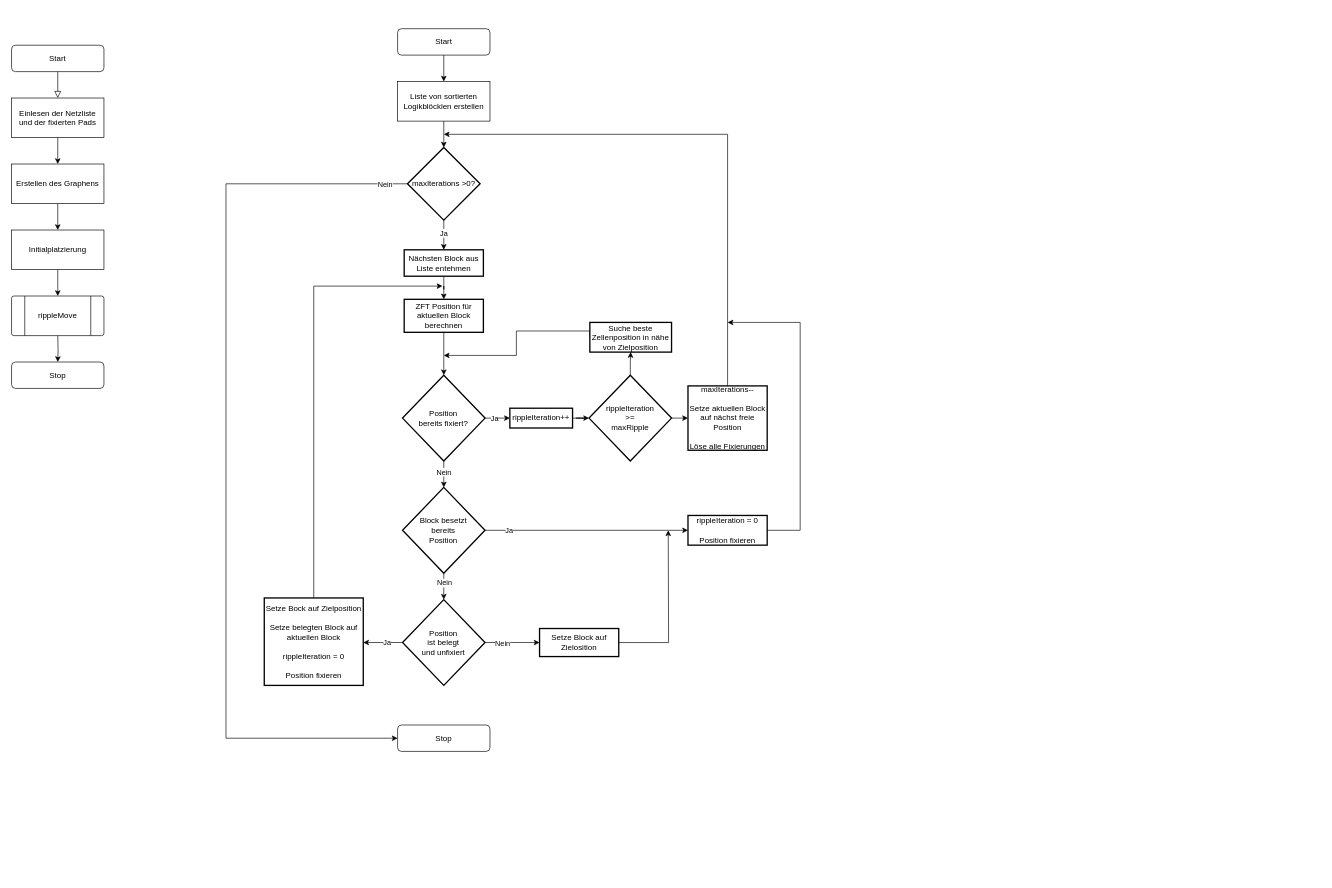
Above: doc/img/flowchart.drawio in Giom-fm/Zero-Force-Target (draw.io), before the change. Source tidied: cells renumbered, new cells numbered last; positions are measured from the earlier drawing's top-left corner, leaving out a move shared by most shapes. Both pictures are drawn from the tidied source at 66%, with x=0, y=0 at pixel (11, 28).
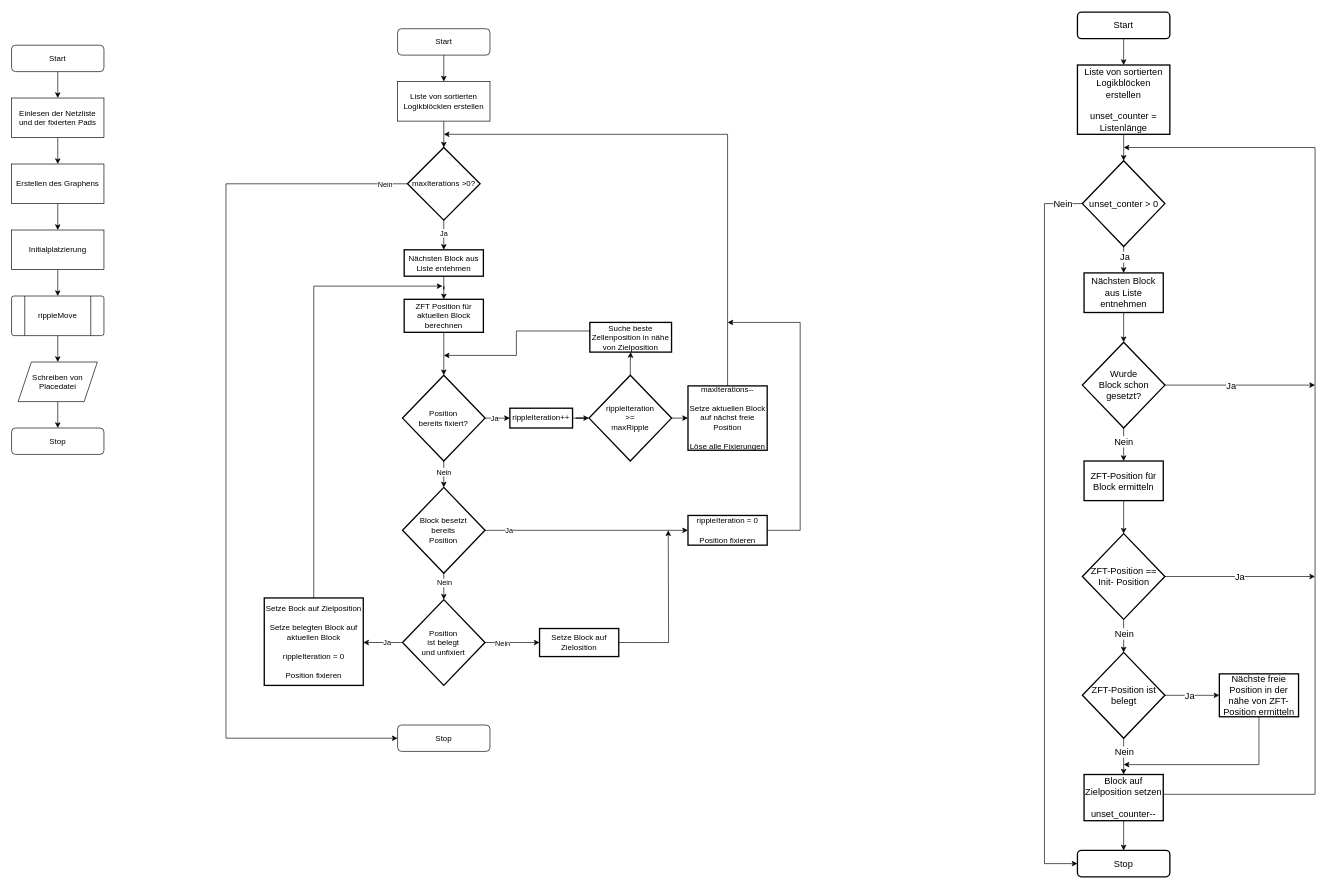
The same page after the edit.

The change refers to these unchanged cells:
```xml
<mxCell id="3" value="Start" style="rounded=1;whiteSpace=wrap;html=1;fontSize=12;glass=0;strokeWidth=1;shadow=0;" parent="1" vertex="1">
  <mxGeometry y="25" width="140" height="40" as="geometry" />
</mxCell>
<mxCell id="5" value="Einlesen der Netzliste und der fixierten Pads" style="rounded=0;whiteSpace=wrap;html=1;fontSize=12;glass=0;strokeWidth=1;shadow=0;" parent="1" vertex="1">
  <mxGeometry y="105" width="140" height="60" as="geometry" />
</mxCell>
<mxCell id="12" style="verticalLabelPosition=bottom;verticalAlign=top;html=1;shape=process;whiteSpace=wrap;rounded=1;size=0.14;arcSize=6;" parent="1" vertex="1">
  <mxGeometry y="405" width="140" height="60" as="geometry" />
</mxCell>
```

What changed in the source:
```diff
@@
-    <mxCell id="2" style="rounded=0;html=1;jettySize=auto;fontSize=11;endArrow=block;endFill=0;endSize=8;strokeWidth=1;shadow=0;labelBackgroundColor=none;edgeStyle=orthogonalEdgeStyle;entryX=0.5;entryY=0;entryDx=0;entryDy=0;" parent="1" edge="1" source="3" target="5">
+    <mxCell id="2" style="rounded=0;html=1;jettySize=auto;fontSize=11;endArrow=classic;endFill=1;endSize=6;strokeWidth=1;shadow=0;labelBackgroundColor=none;edgeStyle=orthogonalEdgeStyle;entryX=0.5;entryY=0;entryDx=0;entryDy=0;" parent="1" edge="1" source="3" target="5">
       <mxGeometry relative="1" as="geometry" />
     </mxCell>
@@
-    <mxCell id="10" style="edgeStyle=orthogonalEdgeStyle;rounded=0;jettySize=auto;html=1;" parent="1" edge="1" target="11">
-      <mxGeometry relative="1" as="geometry">
-        <mxPoint x="70" y="465" as="sourcePoint" />
-      </mxGeometry>
-    </mxCell>
     <mxCell id="11" value="Stop" style="rounded=1;whiteSpace=wrap;html=1;fontSize=12;glass=0;strokeWidth=1;shadow=0;" parent="1" vertex="1">
-      <mxGeometry y="505" width="140" height="40" as="geometry" />
+      <mxGeometry y="605" width="140" height="40" as="geometry" />
     </mxCell>
+    <mxCell id="58" style="edgeStyle=orthogonalEdgeStyle;rounded=0;jettySize=auto;html=1;" parent="1" edge="1" source="12" target="60">
+      <mxGeometry relative="1" as="geometry" />
+    </mxCell>
@@
+    <mxCell id="59" style="edgeStyle=orthogonalEdgeStyle;rounded=0;jettySize=auto;html=1;" parent="1" edge="1" source="60" target="11">
+      <mxGeometry relative="1" as="geometry" />
+    </mxCell>
+    <mxCell id="60" value="Schreiben von&lt;br&gt;Placedatei" style="shape=parallelogram;perimeter=parallelogramPerimeter;whiteSpace=wrap;html=1;fixedSize=1;" parent="1" vertex="1">
+      <mxGeometry x="10" y="505" width="120" height="60" as="geometry" />
+    </mxCell>
+    <mxCell id="61" style="edgeStyle=orthogonalEdgeStyle;rounded=0;jettySize=auto;html=1;fontSize=14;" parent="1" edge="1" source="62" target="64">
+      <mxGeometry relative="1" as="geometry" />
+    </mxCell>
+    <mxCell id="62" value="Start" style="rounded=1;whiteSpace=wrap;html=1;fontSize=14;glass=0;strokeWidth=2;shadow=0;" parent="1" vertex="1">
+      <mxGeometry x="1615" y="-25" width="140" height="40" as="geometry" />
+    </mxCell>
+    <mxCell id="63" style="edgeStyle=orthogonalEdgeStyle;rounded=0;jettySize=auto;html=1;fontSize=14;" parent="1" edge="1" source="64">
+      <mxGeometry relative="1" as="geometry">
+        <mxPoint x="1685" y="200" as="targetPoint" />
+      </mxGeometry>
+    </mxCell>
+    <mxCell id="64" value="Liste von sortierten Logikblöcken erstellen&lt;br style=&quot;font-size: 14px;&quot;&gt;&lt;br style=&quot;font-size: 14px;&quot;&gt;unset_counter = Listenlänge" style="rounded=0;whiteSpace=wrap;html=1;fontSize=14;glass=0;strokeWidth=2;shadow=0;" parent="1" vertex="1">
+      <mxGeometry x="1615" y="55" width="140" height="105" as="geometry" />
+    </mxCell>
+    <mxCell id="65" style="edgeStyle=orthogonalEdgeStyle;rounded=0;jettySize=auto;html=1;fontSize=14;" parent="1" edge="1" source="69" target="71">
+      <mxGeometry relative="1" as="geometry" />
+    </mxCell>
+    <mxCell id="66" value="Ja" style="edgeLabel;html=1;align=center;verticalAlign=middle;fontSize=14;" parent="65" vertex="1">
+      <mxGeometry x="-0.23" y="1" relative="1" as="geometry" />
+    </mxCell>
+    <mxCell id="67" style="edgeStyle=orthogonalEdgeStyle;rounded=0;jettySize=auto;html=1;exitX=0;exitY=0.5;exitDx=0;exitDy=0;exitPerimeter=0;entryX=0;entryY=0.5;entryDx=0;entryDy=0;fontSize=14;" parent="1" edge="1" source="69" target="94">
+      <mxGeometry relative="1" as="geometry">
+        <Array as="points">
+          <mxPoint x="1565" y="265" />
+          <mxPoint x="1565" y="1265" />
+        </Array>
+      </mxGeometry>
+    </mxCell>
+    <mxCell id="68" value="Nein" style="edgeLabel;html=1;align=center;verticalAlign=middle;fontSize=14;" parent="67" vertex="1">
+      <mxGeometry x="-0.93" y="1" relative="1" as="geometry">
+        <mxPoint x="9" y="-1" as="offset" />
+      </mxGeometry>
+    </mxCell>
+    <mxCell id="69" value="unset_conter &amp;gt; 0" style="strokeWidth=2;html=1;shape=mxgraph.flowchart.decision;whiteSpace=wrap;rounded=0;fontSize=14;" parent="1" vertex="1">
+      <mxGeometry x="1622.5" y="200" width="125" height="130" as="geometry" />
+    </mxCell>
+    <mxCell id="70" style="edgeStyle=orthogonalEdgeStyle;rounded=0;jettySize=auto;html=1;fontSize=14;" parent="1" edge="1" source="71" target="76">
+      <mxGeometry relative="1" as="geometry" />
+    </mxCell>
+    <mxCell id="71" value="Nächsten Block aus Liste entnehmen" style="whiteSpace=wrap;html=1;strokeWidth=2;rounded=0;fontSize=14;" parent="1" vertex="1">
+      <mxGeometry x="1625" y="370" width="120" height="60" as="geometry" />
+    </mxCell>
+    <mxCell id="72" style="edgeStyle=orthogonalEdgeStyle;rounded=0;jettySize=auto;html=1;fontSize=14;" parent="1" edge="1" source="76" target="78">
+      <mxGeometry relative="1" as="geometry" />
+    </mxCell>
+    <mxCell id="73" value="Nein" style="edgeLabel;html=1;align=center;verticalAlign=middle;fontSize=14;" parent="72" vertex="1">
+      <mxGeometry x="-0.22" y="-1" relative="1" as="geometry" />
+    </mxCell>
+    <mxCell id="74" style="edgeStyle=orthogonalEdgeStyle;rounded=0;jettySize=auto;html=1;exitX=1;exitY=0.5;exitDx=0;exitDy=0;exitPerimeter=0;fontSize=14;" parent="1" edge="1" source="76">
+      <mxGeometry relative="1" as="geometry">
+        <mxPoint x="1975" y="540" as="targetPoint" />
+      </mxGeometry>
+    </mxCell>
+    <mxCell id="75" value="Ja" style="edgeLabel;html=1;align=center;verticalAlign=middle;fontSize=14;" parent="74" vertex="1">
+      <mxGeometry x="-0.12" relative="1" as="geometry" />
+    </mxCell>
+    <mxCell id="76" value="&lt;div&gt;Wurde &lt;br&gt;&lt;/div&gt;&lt;div&gt;Block schon gesetzt?&lt;/div&gt;" style="strokeWidth=2;html=1;shape=mxgraph.flowchart.decision;whiteSpace=wrap;rounded=0;fontSize=14;" parent="1" vertex="1">
+      <mxGeometry x="1622.5" y="475" width="125" height="130" as="geometry" />
+    </mxCell>
+    <mxCell id="77" style="edgeStyle=orthogonalEdgeStyle;rounded=0;jettySize=auto;html=1;fontSize=14;" parent="1" edge="1" source="78" target="83">
+      <mxGeometry relative="1" as="geometry" />
+    </mxCell>
+    <mxCell id="78" value="ZFT-Position für Block ermitteln" style="whiteSpace=wrap;html=1;strokeWidth=2;rounded=0;fontSize=14;" parent="1" vertex="1">
+      <mxGeometry x="1625" y="655" width="120" height="60" as="geometry" />
+    </mxCell>
+    <mxCell id="79" style="edgeStyle=orthogonalEdgeStyle;rounded=0;jettySize=auto;html=1;fontSize=14;" parent="1" edge="1" source="83">
+      <mxGeometry relative="1" as="geometry">
+        <mxPoint x="1975" y="830" as="targetPoint" />
+      </mxGeometry>
+    </mxCell>
+    <mxCell id="80" value="Ja" style="edgeLabel;html=1;align=center;verticalAlign=middle;fontSize=14;" parent="79" vertex="1">
+      <mxGeometry x="-0.06" y="-2" relative="1" as="geometry">
+        <mxPoint x="6" y="-2" as="offset" />
+      </mxGeometry>
+    </mxCell>
+    <mxCell id="81" style="edgeStyle=orthogonalEdgeStyle;rounded=0;jettySize=auto;html=1;fontSize=14;" parent="1" edge="1" source="83" target="91">
+      <mxGeometry relative="1" as="geometry" />
+    </mxCell>
+    <mxCell id="82" value="Nein" style="edgeLabel;html=1;align=center;verticalAlign=middle;fontSize=14;" parent="81" vertex="1">
+      <mxGeometry x="0.18" y="-1" relative="1" as="geometry">
+        <mxPoint x="1" y="-9" as="offset" />
+      </mxGeometry>
+    </mxCell>
+    <mxCell id="83" value="&lt;div style=&quot;font-size: 14px;&quot;&gt;ZFT-Position ==&lt;/div&gt;&lt;div style=&quot;font-size: 14px;&quot;&gt;Init- Position&lt;/div&gt;" style="strokeWidth=2;html=1;shape=mxgraph.flowchart.decision;whiteSpace=wrap;rounded=0;fontSize=14;" parent="1" vertex="1">
+      <mxGeometry x="1622.5" y="765" width="125" height="130" as="geometry" />
+    </mxCell>
+    <mxCell id="84" style="edgeStyle=orthogonalEdgeStyle;rounded=0;jettySize=auto;html=1;exitX=1;exitY=0.5;exitDx=0;exitDy=0;fontSize=14;" parent="1" edge="1" source="86">
+      <mxGeometry relative="1" as="geometry">
+        <mxPoint x="1685" y="180" as="targetPoint" />
+        <Array as="points">
+          <mxPoint x="1975" y="1160" />
+          <mxPoint x="1975" y="180" />
+        </Array>
+      </mxGeometry>
+    </mxCell>
+    <mxCell id="85" style="edgeStyle=orthogonalEdgeStyle;rounded=0;jettySize=auto;html=1;fontSize=14;" parent="1" edge="1" source="86" target="94">
+      <mxGeometry relative="1" as="geometry" />
+    </mxCell>
+    <mxCell id="86" value="Block auf Zielposition setzen&lt;br style=&quot;font-size: 14px;&quot;&gt;&lt;br style=&quot;font-size: 14px;&quot;&gt;unset_counter--" style="whiteSpace=wrap;html=1;strokeWidth=2;rounded=0;fontSize=14;" parent="1" vertex="1">
+      <mxGeometry x="1625" y="1130" width="120" height="70" as="geometry" />
+    </mxCell>
+    <mxCell id="87" style="edgeStyle=orthogonalEdgeStyle;rounded=0;jettySize=auto;html=1;fontSize=14;" parent="1" edge="1" source="91" target="86">
+      <mxGeometry relative="1" as="geometry" />
+    </mxCell>
+    <mxCell id="88" value="Nein" style="edgeLabel;html=1;align=center;verticalAlign=middle;fontSize=14;" parent="87" vertex="1">
+      <mxGeometry x="-0.29" relative="1" as="geometry" />
+    </mxCell>
+    <mxCell id="89" style="edgeStyle=orthogonalEdgeStyle;rounded=0;jettySize=auto;html=1;fontSize=14;" parent="1" edge="1" source="91" target="93">
+      <mxGeometry relative="1" as="geometry" />
+    </mxCell>
+    <mxCell id="90" value="Ja" style="edgeLabel;html=1;align=center;verticalAlign=middle;fontSize=14;" parent="89" vertex="1">
+      <mxGeometry x="-0.31" relative="1" as="geometry">
+        <mxPoint x="9" as="offset" />
+      </mxGeometry>
+    </mxCell>
+    <mxCell id="91" value="&lt;div style=&quot;font-size: 14px;&quot;&gt;ZFT-Position ist &lt;br style=&quot;font-size: 14px;&quot;&gt;&lt;/div&gt;&lt;div style=&quot;font-size: 14px;&quot;&gt;belegt&lt;/div&gt;" style="strokeWidth=2;html=1;shape=mxgraph.flowchart.decision;whiteSpace=wrap;rounded=0;fontSize=14;" parent="1" vertex="1">
+      <mxGeometry x="1622.5" y="945" width="125" height="130" as="geometry" />
+    </mxCell>
+    <mxCell id="92" style="edgeStyle=orthogonalEdgeStyle;rounded=0;jettySize=auto;html=1;exitX=0.5;exitY=1;exitDx=0;exitDy=0;fontSize=14;" parent="1" edge="1" source="93">
+      <mxGeometry relative="1" as="geometry">
+        <mxPoint x="1685" y="1115" as="targetPoint" />
+        <Array as="points">
+          <mxPoint x="1890" y="1115" />
+          <mxPoint x="1685" y="1115" />
+        </Array>
+      </mxGeometry>
+    </mxCell>
+    <mxCell id="93" value="Nächste freie Position in der nähe von ZFT-Position ermitteln" style="whiteSpace=wrap;html=1;strokeWidth=2;rounded=0;fontSize=14;" parent="1" vertex="1">
+      <mxGeometry x="1830" y="977.5" width="120" height="65" as="geometry" />
+    </mxCell>
+    <mxCell id="94" value="Stop" style="rounded=1;whiteSpace=wrap;html=1;fontSize=14;glass=0;strokeWidth=2;shadow=0;" parent="1" vertex="1">
+      <mxGeometry x="1615" y="1245" width="140" height="40" as="geometry" />
+    </mxCell>
```
